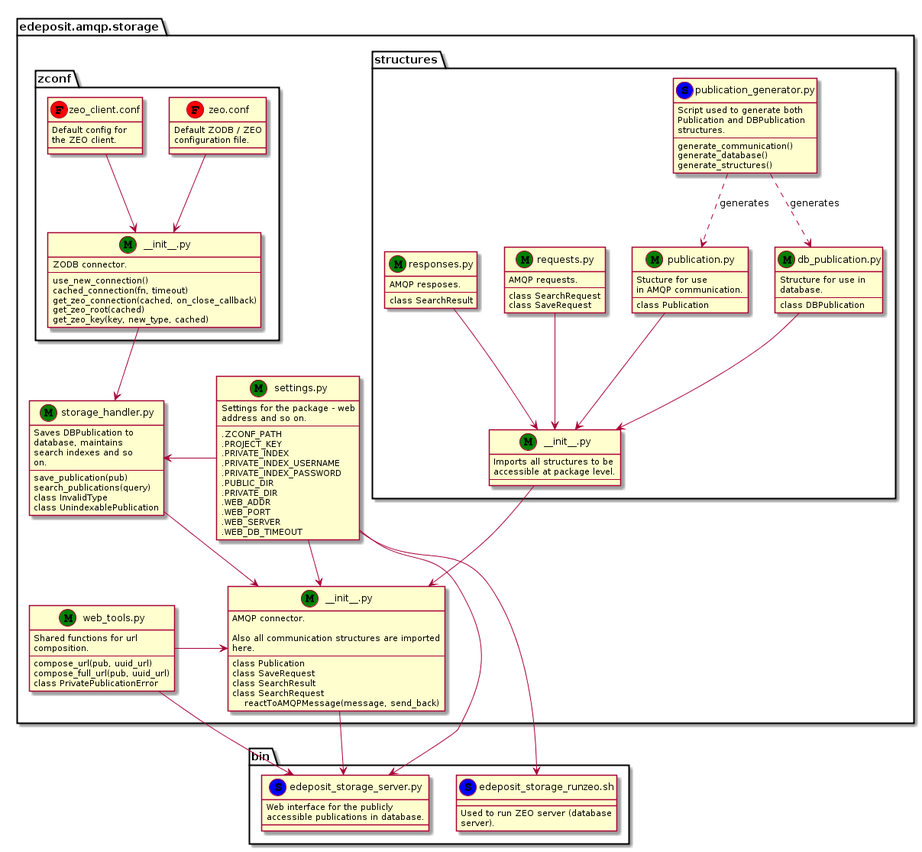
This is docs/_static/relations.png from edeposit/edeposit.amqp.storage, a PlantUML export, as it was before one commit.
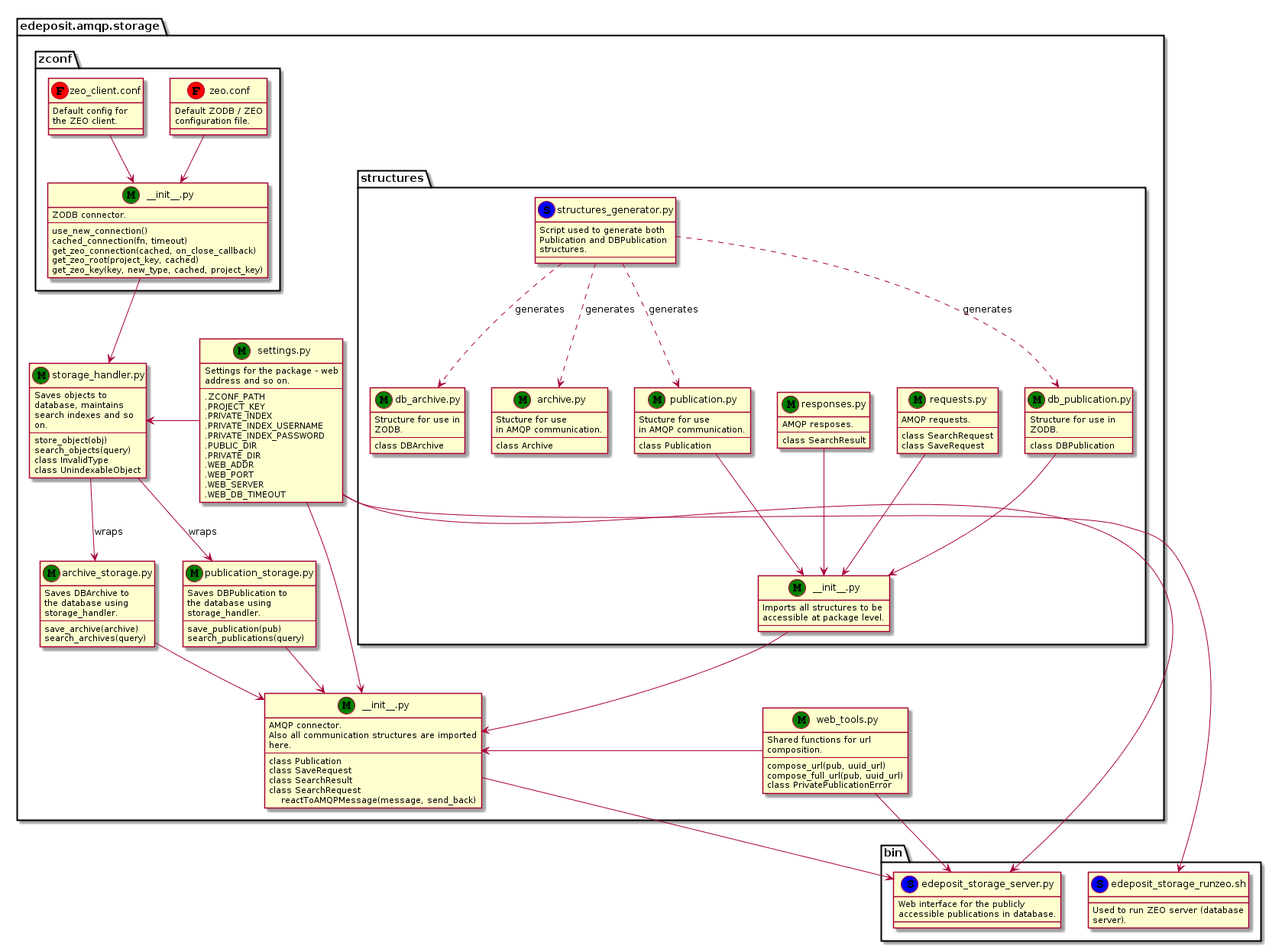
After the change.

Commit message:
#31: Added updated relations diagram.

What changed in the source:
```diff
@@ -12,11 +12,23 @@
             ---
             class Publication
         }
+        class archive as "archive.py" <<M, Green>> {
+            Stucture for use
+            in AMQP communication.
+            ---
+            class Archive
+        }
         class db_publication as "db_publication.py" <<M, Green>> {
             Structure for use in
-            database.
+            ZODB.
             ---
             class DBPublication
+        }
+        class db_archive as "db_archive.py" <<M, Green>> {
+            Structure for use in
+            ZODB.
+            ---
+            class DBArchive
         }
         class requests as "requests.py" <<M, Green>> {
             AMQP requests.
@@ -29,14 +41,11 @@
             ---
             class SearchResult
         }
-        class publication_generator as "publication_generator.py" <<S, Blue>> {
+        class structures_generator as "structures_generator.py" <<S, Blue>> {
             Script used to generate both
             Publication and DBPublication
             structures.
             ---
-            generate_communication()
-            generate_database()
-            generate_structures()
         }
     }
     publication -d-> struct_init
@@ -44,8 +53,10 @@
     requests -d-> struct_init
     responses -d-> struct_init
 
-    publication_generator .d.> publication: generates
-    publication_generator .d.> db_publication: generates
+    structures_generator .d.> archive: generates
+    structures_generator .d.> publication: generates
+    structures_generator .d.> db_archive: generates
+    structures_generator .d.> db_publication: generates
 
 
     package zconf {
@@ -55,8 +66,8 @@
             use_new_connection()
             cached_connection(fn, timeout)
             get_zeo_connection(cached, on_close_callback)
-            get_zeo_root(cached)
-            get_zeo_key(key, new_type, cached)
+            get_zeo_root(project_key, cached)
+            get_zeo_key(key, new_type, cached, project_key)
         }
         class zeo as "zeo.conf" <<F, Red>> {
             Default ZODB / ZEO
@@ -84,15 +95,31 @@
             reactToAMQPMessage(message, send_back)
     }
     class storage_handler as "storage_handler.py" <<M, Green>> {
-        Saves DBPublication to
+        Saves objects to
         database, maintains
         search indexes and so
         on.
         ---
+        store_object(obj)
+        search_objects(query)
+        class InvalidType
+        class UnindexableObject
+    }
+    class archive_storage as "archive_storage.py" <<M, Green>> {
+        Saves DBArchive to
+        the database using
+        storage_handler.
+        ---
+        save_archive(archive)
+        search_archives(query)
+    }
+    class publication_storage as "publication_storage.py" <<M, Green>> {
+        Saves DBPublication to
+        the database using
+        storage_handler.
+        ---
         save_publication(pub)
         search_publications(query)
-        class InvalidType
-        class UnindexablePublication
     }
     class web_tools as "web_tools.py" <<M, Green>> {
         Shared functions for url
@@ -123,7 +150,12 @@
 
     settings -r> storage_handler
     settings -d-> init
-    storage_handler -d-> init
+
+    storage_handler -d-> archive_storage: wraps
+    storage_handler -d-> publication_storage: wraps
+
+    archive_storage -d-> init
+    publication_storage -d-> init
 }
 
 package bin {
```
